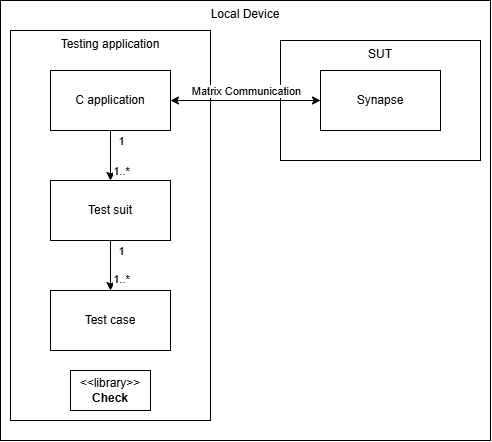
Above: assignment/component_diagram.drawio.png in kjvisscher/TestingTechniques1 (draw.io), before the change. Source tidied: cells renumbered, new cells last; positions are measured from the earlier drawing's top-left corner, leaving out a move shared by most shapes. Its diagram source:
```xml
<mxGraphModel>
  <root>
    <mxCell id="0" />
    <mxCell id="1" parent="0" />
    <mxCell id="2" value="Local Device" style="html=1;whiteSpace=wrap;verticalAlign=top;align=center;" parent="1" vertex="1">
      <mxGeometry width="490" height="440" as="geometry" />
    </mxCell>
    <mxCell id="3" value="Testing application" style="html=1;whiteSpace=wrap;verticalAlign=top;align=center;" parent="1" vertex="1">
      <mxGeometry x="10" y="30" width="200" height="390" as="geometry" />
    </mxCell>
    <mxCell id="4" value="SUT" style="html=1;whiteSpace=wrap;verticalAlign=top;align=center;" parent="1" vertex="1">
      <mxGeometry x="280" y="40" width="200" height="120" as="geometry" />
    </mxCell>
    <mxCell id="5" style="edgeStyle=none;html=1;" parent="1" edge="1" source="8" target="15">
      <mxGeometry relative="1" as="geometry" />
    </mxCell>
    <mxCell id="6" value="1" style="edgeLabel;html=1;align=center;verticalAlign=middle;" parent="5" vertex="1">
      <mxGeometry x="-0.45" y="1" relative="1" as="geometry">
        <mxPoint x="9" y="-4" as="offset" />
      </mxGeometry>
    </mxCell>
    <mxCell id="7" value="1..*" style="edgeLabel;html=1;align=center;verticalAlign=middle;" parent="5" vertex="1">
      <mxGeometry x="0.26" y="1" relative="1" as="geometry">
        <mxPoint x="9" y="6" as="offset" />
      </mxGeometry>
    </mxCell>
    <mxCell id="8" value="Test suit" style="rounded=0;whiteSpace=wrap;html=1;" parent="1" vertex="1">
      <mxGeometry x="50" y="180" width="120" height="60" as="geometry" />
    </mxCell>
    <mxCell id="9" style="edgeStyle=none;html=1;" parent="1" edge="1" source="14" target="8">
      <mxGeometry relative="1" as="geometry" />
    </mxCell>
    <mxCell id="10" value="1" style="edgeLabel;html=1;align=center;verticalAlign=middle;" parent="9" vertex="1">
      <mxGeometry x="0.33" y="-1" relative="1" as="geometry">
        <mxPoint x="11" y="-23" as="offset" />
      </mxGeometry>
    </mxCell>
    <mxCell id="11" value="1..*" style="edgeLabel;html=1;align=center;verticalAlign=middle;" parent="9" vertex="1">
      <mxGeometry x="0.21" relative="1" as="geometry">
        <mxPoint x="10" y="10" as="offset" />
      </mxGeometry>
    </mxCell>
    <mxCell id="12" style="edgeStyle=none;html=1;endArrow=classic;endFill=1;startArrow=classic;startFill=1;" parent="1" edge="1" source="14" target="16">
      <mxGeometry relative="1" as="geometry" />
    </mxCell>
    <mxCell id="13" value="Matrix Communication" style="edgeLabel;html=1;align=center;verticalAlign=middle;" parent="12" vertex="1">
      <mxGeometry x="-0.03" y="1" relative="1" as="geometry">
        <mxPoint x="2" y="-9" as="offset" />
      </mxGeometry>
    </mxCell>
    <mxCell id="14" value="C application" style="rounded=0;whiteSpace=wrap;html=1;" parent="1" vertex="1">
      <mxGeometry x="50" y="70" width="120" height="60" as="geometry" />
    </mxCell>
    <mxCell id="15" value="Test case" style="rounded=0;whiteSpace=wrap;html=1;" parent="1" vertex="1">
      <mxGeometry x="50" y="290" width="120" height="60" as="geometry" />
    </mxCell>
    <mxCell id="16" value="Synapse" style="rounded=0;whiteSpace=wrap;html=1;" parent="1" vertex="1">
      <mxGeometry x="320" y="70" width="120" height="60" as="geometry" />
    </mxCell>
    <mxCell id="17" value="&amp;lt;&amp;lt;library&amp;gt;&amp;gt;&lt;br&gt;&lt;b&gt;Check&lt;/b&gt;" style="html=1;align=center;verticalAlign=middle;dashed=0;whiteSpace=wrap;" parent="1" vertex="1">
      <mxGeometry x="70" y="370" width="80" height="40" as="geometry" />
    </mxCell>
  </root>
</mxGraphModel>
```
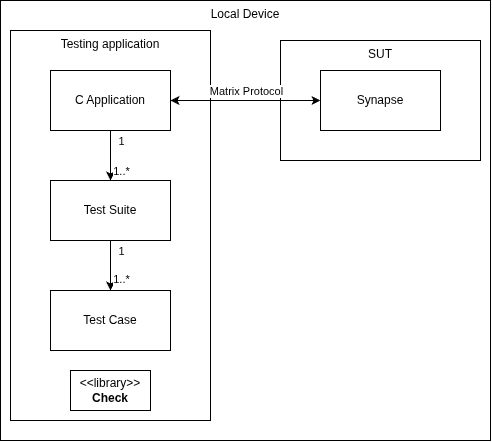
Later version of the same file.

Commit message:
Clean up exercises 1, 2, 3 and 4

Change to the diagram source:
```diff
@@ -24,7 +24,7 @@
         <mxPoint x="9" y="6" as="offset" />
       </mxGeometry>
     </mxCell>
-    <mxCell id="8" value="Test suit" style="rounded=0;whiteSpace=wrap;html=1;" parent="1" vertex="1">
+    <mxCell id="8" value="Test Suite" style="rounded=0;whiteSpace=wrap;html=1;" parent="1" vertex="1">
       <mxGeometry x="50" y="180" width="120" height="60" as="geometry" />
     </mxCell>
     <mxCell id="9" style="edgeStyle=none;html=1;" parent="1" edge="1" source="14" target="8">
@@ -40,18 +40,21 @@
         <mxPoint x="10" y="10" as="offset" />
       </mxGeometry>
     </mxCell>
-    <mxCell id="12" style="edgeStyle=none;html=1;endArrow=classic;endFill=1;startArrow=classic;startFill=1;" parent="1" edge="1" source="14" target="16">
-      <mxGeometry relative="1" as="geometry" />
+    <mxCell id="12" style="edgeStyle=none;html=1;endArrow=classic;endFill=1;startArrow=classic;startFill=1;" parent="1" edge="1">
+      <mxGeometry relative="1" as="geometry">
+        <mxPoint x="170" y="100" as="sourcePoint" />
+        <mxPoint x="320" y="100" as="targetPoint" />
+      </mxGeometry>
     </mxCell>
-    <mxCell id="13" value="Matrix Communication" style="edgeLabel;html=1;align=center;verticalAlign=middle;" parent="12" vertex="1">
+    <mxCell id="13" value="Matrix Protocol" style="edgeLabel;html=1;align=center;verticalAlign=middle;" parent="12" vertex="1">
       <mxGeometry x="-0.03" y="1" relative="1" as="geometry">
         <mxPoint x="2" y="-9" as="offset" />
       </mxGeometry>
     </mxCell>
-    <mxCell id="14" value="C application" style="rounded=0;whiteSpace=wrap;html=1;" parent="1" vertex="1">
+    <mxCell id="14" value="C Application" style="rounded=0;whiteSpace=wrap;html=1;" parent="1" vertex="1">
       <mxGeometry x="50" y="70" width="120" height="60" as="geometry" />
     </mxCell>
-    <mxCell id="15" value="Test case" style="rounded=0;whiteSpace=wrap;html=1;" parent="1" vertex="1">
+    <mxCell id="15" value="Test Case" style="rounded=0;whiteSpace=wrap;html=1;" parent="1" vertex="1">
       <mxGeometry x="50" y="290" width="120" height="60" as="geometry" />
     </mxCell>
     <mxCell id="16" value="Synapse" style="rounded=0;whiteSpace=wrap;html=1;" parent="1" vertex="1">
```
